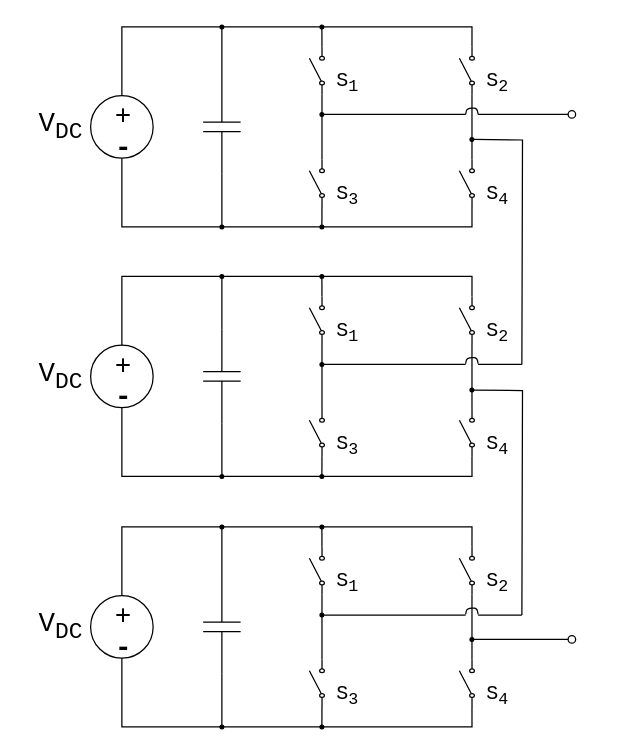
thece36/drawio keeps this draw.io diagram as CHBMI.drawio. Above is the earlier version. Source tidied: cells renumbered, new cells numbered last; positions are measured from the earlier drawing's top-left corner, leaving out a move shared by most shapes. Both pictures are drawn from the tidied source at 125%, with x=0, y=0 at pixel (21, 26).
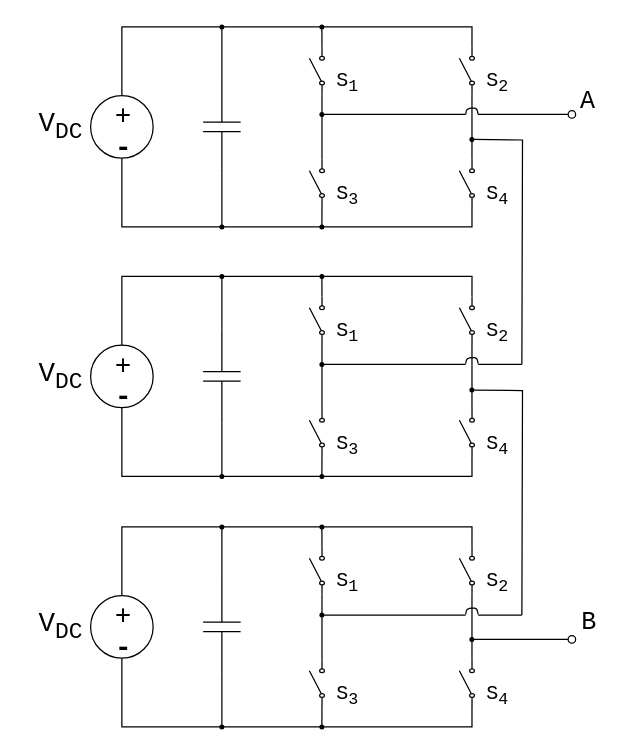
The same page after the edit.

What changed in the source:
```diff
@@
+    <mxCell id="80" value="A" style="text;html=1;align=left;verticalAlign=top;spacingTop=-4;fontSize=20;fontFamily=Courier New;" parent="1" vertex="1">
+      <mxGeometry x="445" y="45" width="20" height="20" as="geometry" />
+    </mxCell>
+    <mxCell id="81" value="B" style="text;html=1;align=left;verticalAlign=top;spacingTop=-4;fontSize=20;fontFamily=Courier New;" parent="1" vertex="1">
+      <mxGeometry x="446" y="462" width="25" height="30" as="geometry" />
+    </mxCell>
```
